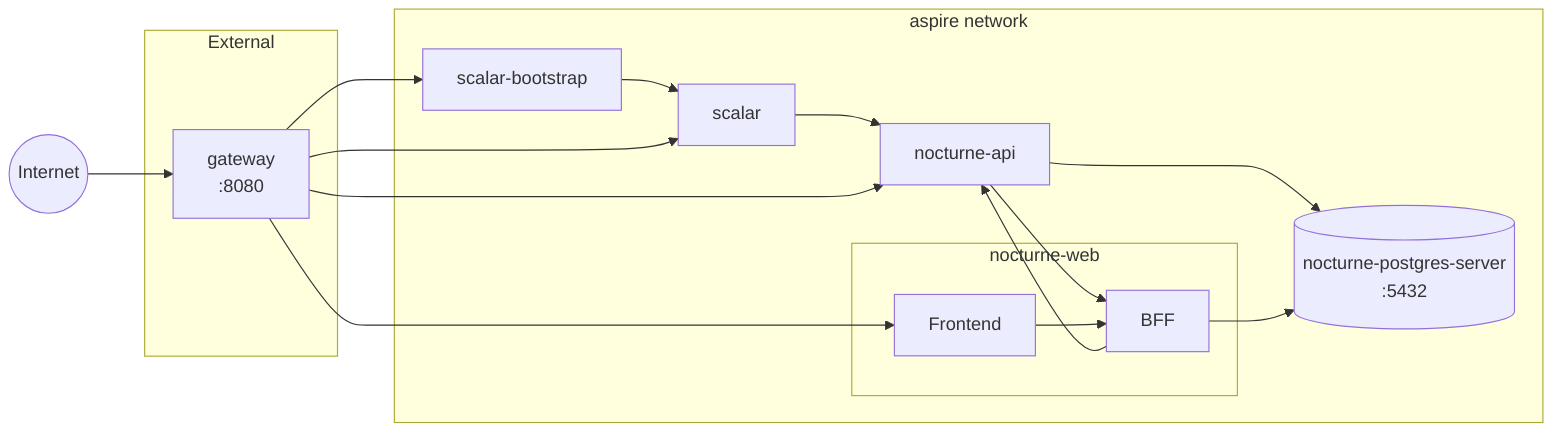
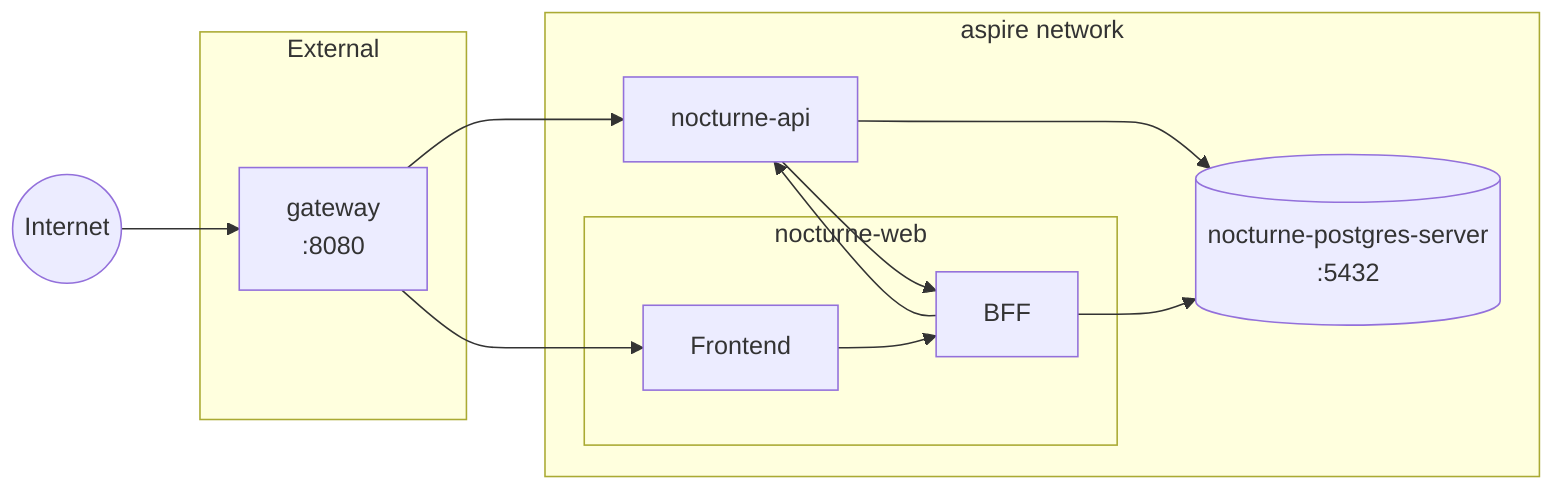
flowchart LR
    Internet((Internet))

    subgraph ext["External"]
        gateway["gateway\n:8080"]
    end

    subgraph net["aspire network"]
        nocturne_api["nocturne-api"]
        subgraph nocturne_web_group["nocturne-web"]
            nocturne_web_frontend["Frontend"]
            nocturne_web_bff["BFF"]
        end
        nocturne_postgres_server[("nocturne-postgres-server\n:5432")]
-         scalar["scalar"]
-         scalar_bootstrap["scalar-bootstrap"]
    end

    Internet --> gateway
    nocturne_api --> nocturne_postgres_server
    nocturne_api --> nocturne_web_bff
    nocturne_web_bff --> nocturne_api
    nocturne_web_bff --> nocturne_postgres_server
-     scalar --> nocturne_api
-     scalar_bootstrap --> scalar
    gateway --> nocturne_api
    gateway --> nocturne_web_frontend
-     gateway --> scalar_bootstrap
-     gateway --> scalar
-     nocturne_web_frontend --> nocturne_web_bff+     nocturne_web_frontend --> nocturne_web_bff
